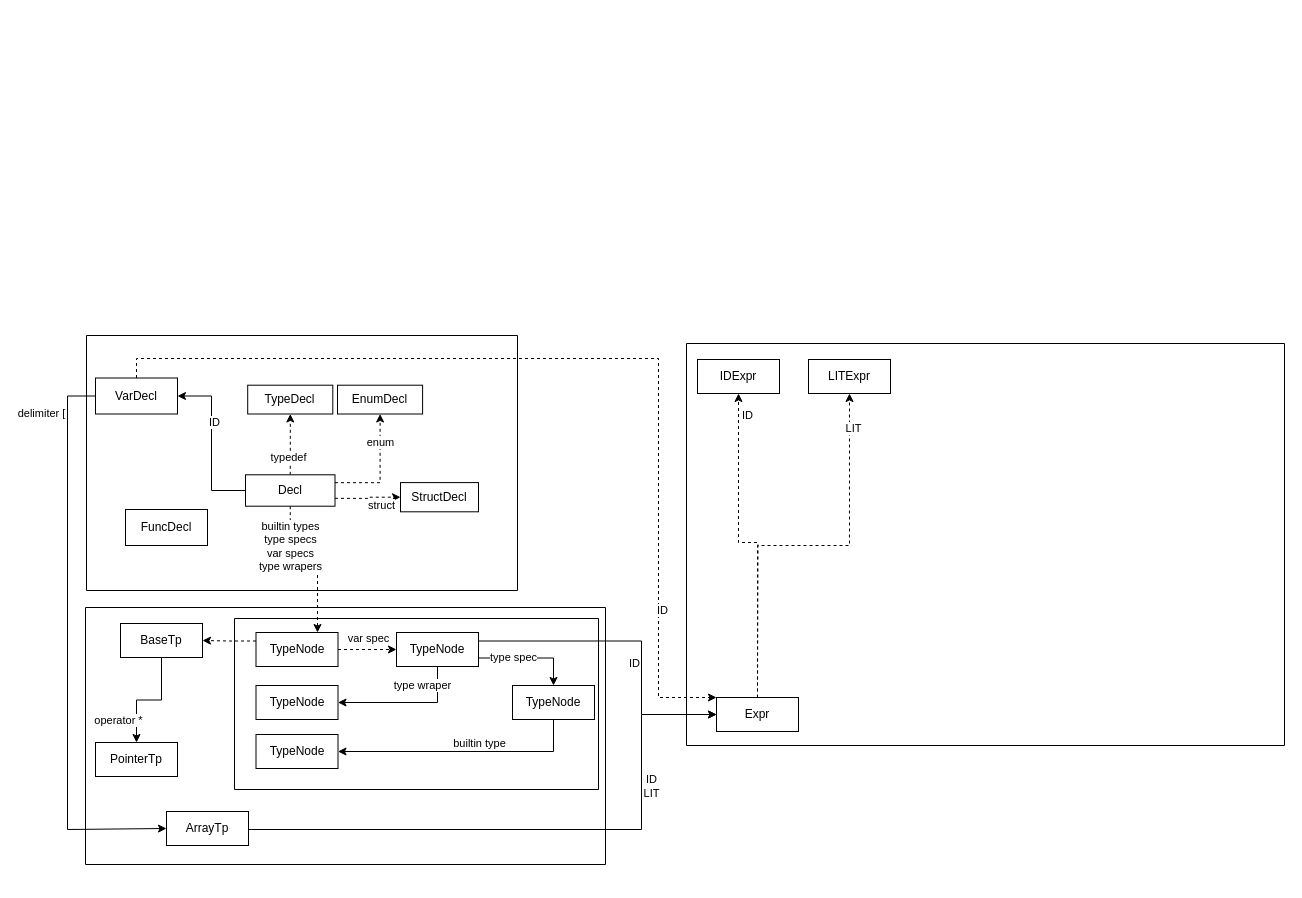
Above: Стековая_диаграмма_МТиК.drawio in OskarGaliullin231-329/translation-university (draw.io), before the change. Source tidied: cells renumbered, new cells numbered last; positions are measured from the earlier drawing's top-left corner, leaving out a move shared by most shapes. Both pictures are drawn from the tidied source at 100%, with x=0, y=0 at pixel (67, 335).
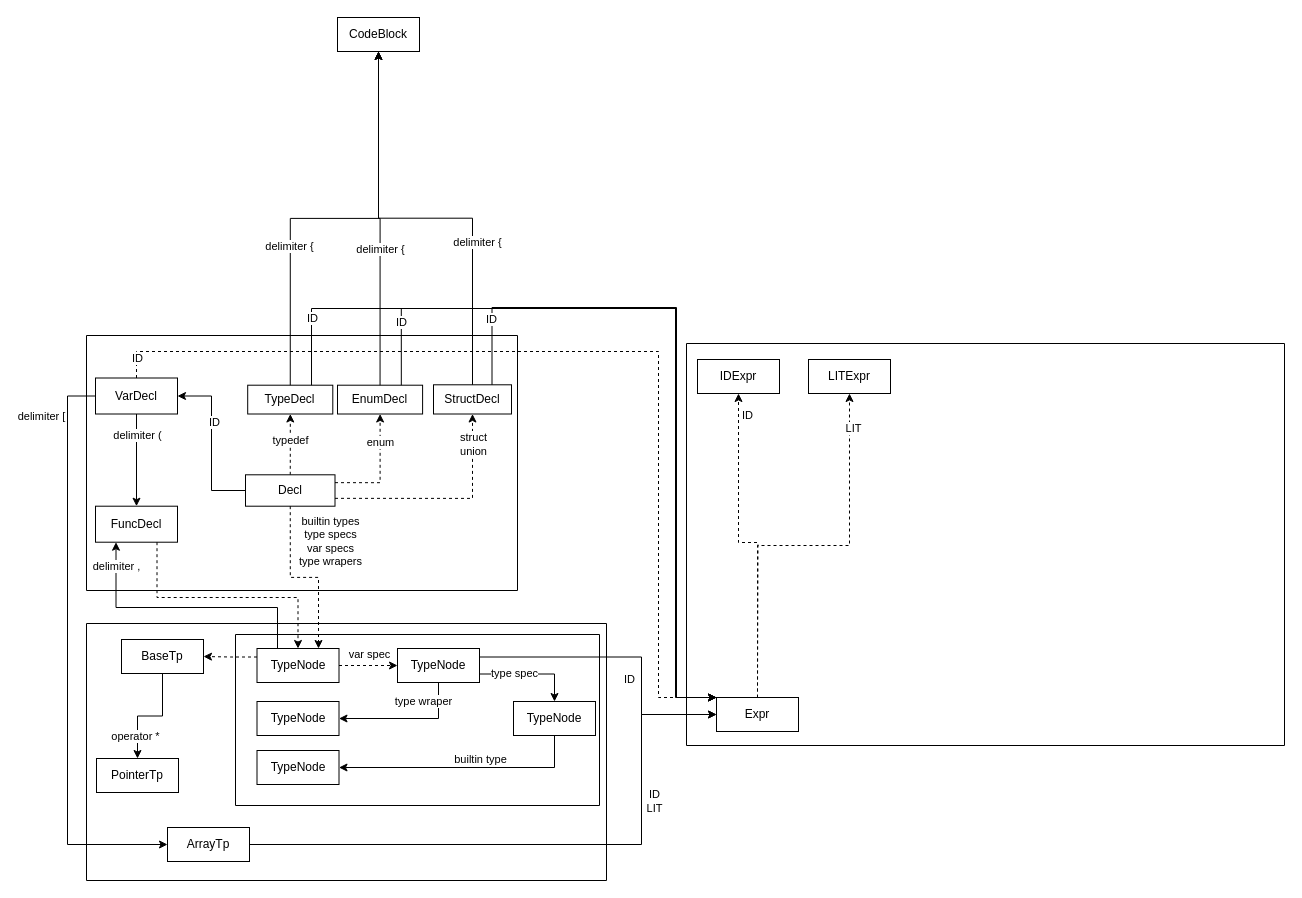
The same diagram, later.

The change refers to these unchanged cells:
```xml
<mxCell id="2" style="swimlane;startSize=0;" parent="1" vertex="1">
  <mxGeometry x="19" width="431" height="255" as="geometry" />
</mxCell>
<mxCell id="3" value="VarDecl" style="rounded=0;whiteSpace=wrap;html=1;" parent="2" vertex="1">
  <mxGeometry x="9" y="42.5" width="82" height="36" as="geometry" />
</mxCell>
<mxCell id="5" value="TypeDecl" style="rounded=0;whiteSpace=wrap;html=1;" parent="2" vertex="1">
  <mxGeometry x="161.2" y="49.7" width="85.1" height="28.8" as="geometry" />
</mxCell>
<mxCell id="6" style="edgeStyle=orthogonalEdgeStyle;rounded=0;jettySize=auto;html=1;exitX=0.5;exitY=0;exitDx=0;exitDy=0;dashed=1;" parent="2" edge="1" source="13" target="5">
  <mxGeometry relative="1" as="geometry" />
</mxCell>
<mxCell id="8" value="EnumDecl" style="rounded=0;whiteSpace=wrap;html=1;" parent="2" vertex="1">
  <mxGeometry x="251" y="49.7" width="85.1" height="28.8" as="geometry" />
</mxCell>
<mxCell id="15" style="edgeStyle=orthogonalEdgeStyle;rounded=0;jettySize=auto;html=1;exitX=1;exitY=0.75;exitDx=0;exitDy=0;dashed=1;" parent="2" edge="1" source="13" target="14">
  <mxGeometry relative="1" as="geometry" />
</mxCell>
<mxCell id="17" style="edgeStyle=orthogonalEdgeStyle;rounded=0;jettySize=auto;html=1;exitX=0.5;exitY=1;exitDx=0;exitDy=0;entryX=0.75;entryY=0;entryDx=0;entryDy=0;dashed=1;" parent="1" edge="1" source="13" target="31">
  <mxGeometry relative="1" as="geometry" />
</mxCell>
<mxCell id="24" value="Expr" style="rounded=0;whiteSpace=wrap;html=1;" parent="19" vertex="1">
  <mxGeometry x="30" y="354" width="82" height="34" as="geometry" />
</mxCell>
<mxCell id="31" value="TypeNode" style="rounded=0;whiteSpace=wrap;html=1;" parent="28" vertex="1">
  <mxGeometry x="21.5" y="14" width="82" height="34" as="geometry" />
</mxCell>
<mxCell id="39" value="TypeNode" style="rounded=0;whiteSpace=wrap;html=1;" parent="28" vertex="1">
  <mxGeometry x="162" y="14" width="82" height="34" as="geometry" />
</mxCell>
<mxCell id="42" style="edgeStyle=orthogonalEdgeStyle;rounded=0;jettySize=auto;html=1;exitX=0.5;exitY=1;exitDx=0;exitDy=0;entryX=0.5;entryY=0;entryDx=0;entryDy=0;" parent="27" edge="1" source="44" target="46">
  <mxGeometry relative="1" as="geometry" />
</mxCell>
<mxCell id="47" value="ArrayTp" style="rounded=0;whiteSpace=wrap;html=1;" parent="27" vertex="1">
  <mxGeometry x="81" y="204" width="82" height="34" as="geometry" />
</mxCell>
```

What changed in the source:
```diff
@@
+    <mxCell id="56" style="edgeStyle=orthogonalEdgeStyle;rounded=0;jettySize=auto;html=1;exitX=0.5;exitY=1;exitDx=0;exitDy=0;" parent="2" edge="1" source="3" target="4">
+      <mxGeometry relative="1" as="geometry" />
+    </mxCell>
+    <mxCell id="57" value="delimiter (" style="edgeLabel;html=1;align=center;verticalAlign=middle;" parent="56" vertex="1">
+      <mxGeometry x="-0.48" relative="1" as="geometry">
+        <mxPoint y="-3" as="offset" />
+      </mxGeometry>
+    </mxCell>
@@
     <mxCell id="4" value="FuncDecl" style="rounded=0;whiteSpace=wrap;html=1;" parent="2" vertex="1">
-      <mxGeometry x="39" y="174" width="82" height="36" as="geometry" />
+      <mxGeometry x="9" y="170.7" width="82" height="36" as="geometry" />
     </mxCell>
@@
     <mxCell id="7" value="&lt;div&gt;typedef&lt;/div&gt;" style="edgeLabel;html=1;align=center;verticalAlign=middle;" parent="6" vertex="1">
       <mxGeometry x="-0.79" relative="1" as="geometry">
-        <mxPoint x="-2" y="-12" as="offset" />
+        <mxPoint y="-29" as="offset" />
       </mxGeometry>
     </mxCell>
@@
     <mxCell id="14" value="StructDecl" style="rounded=0;whiteSpace=wrap;html=1;" parent="2" vertex="1">
-      <mxGeometry x="314" y="147.1" width="78" height="29.2" as="geometry" />
+      <mxGeometry x="347" y="49.3" width="78" height="29.2" as="geometry" />
     </mxCell>
@@
-    <mxCell id="16" value="struct" style="edgeLabel;html=1;align=center;verticalAlign=middle;" parent="15" vertex="1">
+    <mxCell id="16" value="&lt;div&gt;struct&lt;/div&gt;&lt;div&gt;union&lt;/div&gt;" style="edgeLabel;html=1;align=center;verticalAlign=middle;" parent="15" vertex="1">
       <mxGeometry x="-0.65" y="-2" relative="1" as="geometry">
-        <mxPoint x="34" y="5" as="offset" />
+        <mxPoint x="99" y="-56" as="offset" />
       </mxGeometry>
     </mxCell>
@@
     <mxCell id="18" value="&lt;div&gt;builtin types&lt;/div&gt;&lt;div&gt;type specs&lt;/div&gt;&lt;div&gt;var specs&lt;/div&gt;&lt;div&gt;type wrapers&lt;/div&gt;" style="edgeLabel;html=1;align=center;verticalAlign=middle;" parent="17" vertex="1">
       <mxGeometry x="-0.87" y="1" relative="1" as="geometry">
-        <mxPoint x="-1" y="30" as="offset" />
+        <mxPoint x="39" y="24" as="offset" />
       </mxGeometry>
     </mxCell>
@@
     <mxCell id="27" style="swimlane;startSize=0;" parent="1" vertex="1">
-      <mxGeometry x="18" y="272" width="520" height="257" as="geometry" />
+      <mxGeometry x="19" y="288" width="520" height="257" as="geometry" />
     </mxCell>
@@
     <mxCell id="43" value="operator *" style="edgeLabel;html=1;align=center;verticalAlign=middle;" parent="42" vertex="1">
       <mxGeometry x="-0.28" y="-2" relative="1" as="geometry">
-        <mxPoint x="-42" y="22" as="offset" />
+        <mxPoint x="-26" y="22" as="offset" />
       </mxGeometry>
     </mxCell>
@@
     <mxCell id="48" style="edgeStyle=orthogonalEdgeStyle;rounded=0;jettySize=auto;html=1;exitX=1;exitY=0.25;exitDx=0;exitDy=0;entryX=0;entryY=0.5;entryDx=0;entryDy=0;" parent="1" edge="1" source="39" target="24">
       <mxGeometry relative="1" as="geometry">
         <Array as="points">
-          <mxPoint x="574" y="305" />
+          <mxPoint x="574" y="321" />
           <mxPoint x="574" y="379" />
         </Array>
       </mxGeometry>
     </mxCell>
@@
     <mxCell id="50" style="edgeStyle=orthogonalEdgeStyle;rounded=0;jettySize=auto;html=1;exitX=1;exitY=0.5;exitDx=0;exitDy=0;entryX=0;entryY=0.5;entryDx=0;entryDy=0;" parent="1" edge="1" source="47" target="24">
       <mxGeometry relative="1" as="geometry">
         <Array as="points">
-          <mxPoint x="574" y="494" />
+          <mxPoint x="574" y="509" />
           <mxPoint x="574" y="379" />
         </Array>
       </mxGeometry>
     </mxCell>
@@
     <mxCell id="52" style="edgeStyle=orthogonalEdgeStyle;rounded=0;jettySize=auto;html=1;exitX=0.5;exitY=0;exitDx=0;exitDy=0;entryX=0;entryY=0;entryDx=0;entryDy=0;dashed=1;" parent="1" edge="1" source="3" target="24">
       <mxGeometry relative="1" as="geometry">
         <Array as="points">
-          <mxPoint x="69" y="23" />
-          <mxPoint x="591" y="23" />
+          <mxPoint x="69" y="16" />
+          <mxPoint x="591" y="16" />
           <mxPoint x="591" y="362" />
         </Array>
       </mxGeometry>
     </mxCell>
     <mxCell id="53" value="ID" style="edgeLabel;html=1;align=center;verticalAlign=middle;" parent="52" vertex="1">
-      <mxGeometry x="0.69" y="3" relative="1" as="geometry" />
+      <mxGeometry x="0.69" y="3" relative="1" as="geometry">
+        <mxPoint x="-525" y="-250" as="offset" />
+      </mxGeometry>
     </mxCell>
     <mxCell id="54" style="edgeStyle=orthogonalEdgeStyle;rounded=0;jettySize=auto;html=1;exitX=0;exitY=0.5;exitDx=0;exitDy=0;entryX=0;entryY=0.5;entryDx=0;entryDy=0;" parent="1" edge="1" source="3" target="47">
       <mxGeometry relative="1" as="geometry">
         <Array as="points">
           <mxPoint y="61" />
-          <mxPoint y="494" />
+          <mxPoint y="509" />
         </Array>
       </mxGeometry>
     </mxCell>
@@
+    <mxCell id="58" style="edgeStyle=orthogonalEdgeStyle;rounded=0;jettySize=auto;html=1;exitX=0.75;exitY=1;exitDx=0;exitDy=0;entryX=0.5;entryY=0;entryDx=0;entryDy=0;dashed=1;" parent="1" edge="1" source="4" target="31">
+      <mxGeometry relative="1" as="geometry">
+        <Array as="points">
+          <mxPoint x="90" y="262" />
+          <mxPoint x="230" y="262" />
+        </Array>
+      </mxGeometry>
+    </mxCell>
+    <mxCell id="59" style="edgeStyle=orthogonalEdgeStyle;rounded=0;jettySize=auto;html=1;exitX=0.25;exitY=0;exitDx=0;exitDy=0;entryX=0.25;entryY=1;entryDx=0;entryDy=0;" parent="1" edge="1" source="31" target="4">
+      <mxGeometry relative="1" as="geometry">
+        <Array as="points">
+          <mxPoint x="210" y="272" />
+          <mxPoint x="48" y="272" />
+        </Array>
+      </mxGeometry>
+    </mxCell>
+    <mxCell id="60" value="delimiter ," style="edgeLabel;html=1;align=center;verticalAlign=middle;" parent="59" vertex="1">
+      <mxGeometry x="0.31" y="-4" relative="1" as="geometry">
+        <mxPoint x="-28" y="-38" as="offset" />
+      </mxGeometry>
+    </mxCell>
+    <mxCell id="61" style="edgeStyle=orthogonalEdgeStyle;rounded=0;jettySize=auto;html=1;exitX=0.75;exitY=0;exitDx=0;exitDy=0;entryX=0;entryY=0;entryDx=0;entryDy=0;" parent="1" edge="1" source="5" target="24">
+      <mxGeometry relative="1" as="geometry">
+        <Array as="points">
+          <mxPoint x="244" y="-27" />
+          <mxPoint x="608" y="-27" />
+          <mxPoint x="608" y="362" />
+        </Array>
+      </mxGeometry>
+    </mxCell>
+    <mxCell id="62" value="ID" style="edgeLabel;html=1;align=center;verticalAlign=middle;" parent="61" vertex="1">
+      <mxGeometry x="-0.85" y="1" relative="1" as="geometry">
+        <mxPoint x="1" y="-2" as="offset" />
+      </mxGeometry>
+    </mxCell>
+    <mxCell id="63" style="edgeStyle=orthogonalEdgeStyle;rounded=0;jettySize=auto;html=1;exitX=0.75;exitY=0;exitDx=0;exitDy=0;entryX=0;entryY=0;entryDx=0;entryDy=0;" parent="1" edge="1" source="8" target="24">
+      <mxGeometry relative="1" as="geometry">
+        <Array as="points">
+          <mxPoint x="334" y="-27" />
+          <mxPoint x="609" y="-27" />
+          <mxPoint x="609" y="362" />
+        </Array>
+      </mxGeometry>
+    </mxCell>
+    <mxCell id="64" value="ID" style="edgeLabel;html=1;align=center;verticalAlign=middle;" parent="63" vertex="1">
+      <mxGeometry x="-0.83" y="-3" relative="1" as="geometry">
+        <mxPoint x="-3" y="3" as="offset" />
+      </mxGeometry>
+    </mxCell>
+    <mxCell id="65" style="edgeStyle=orthogonalEdgeStyle;rounded=0;jettySize=auto;html=1;exitX=0.75;exitY=0;exitDx=0;exitDy=0;entryX=0;entryY=0;entryDx=0;entryDy=0;" parent="1" edge="1" source="14" target="24">
+      <mxGeometry relative="1" as="geometry">
+        <Array as="points">
+          <mxPoint x="424" y="-28" />
+          <mxPoint x="609" y="-28" />
+          <mxPoint x="609" y="362" />
+        </Array>
+      </mxGeometry>
+    </mxCell>
+    <mxCell id="66" value="ID" style="edgeLabel;html=1;align=center;verticalAlign=middle;" parent="65" vertex="1">
+      <mxGeometry x="-0.81" y="1" relative="1" as="geometry" />
+    </mxCell>
+    <mxCell id="67" value="CodeBlock" style="rounded=0;whiteSpace=wrap;html=1;" parent="1" vertex="1">
+      <mxGeometry x="270" y="-318" width="82" height="34" as="geometry" />
+    </mxCell>
+    <mxCell id="68" style="edgeStyle=orthogonalEdgeStyle;rounded=0;jettySize=auto;html=1;exitX=0.5;exitY=0;exitDx=0;exitDy=0;entryX=0.5;entryY=1;entryDx=0;entryDy=0;" parent="1" edge="1" source="5" target="67">
+      <mxGeometry relative="1" as="geometry" />
+    </mxCell>
+    <mxCell id="69" value="delimiter {" style="edgeLabel;html=1;align=center;verticalAlign=middle;" parent="68" vertex="1">
+      <mxGeometry x="-0.34" y="1" relative="1" as="geometry" />
+    </mxCell>
+    <mxCell id="70" style="edgeStyle=orthogonalEdgeStyle;rounded=0;jettySize=auto;html=1;exitX=0.5;exitY=0;exitDx=0;exitDy=0;entryX=0.5;entryY=1;entryDx=0;entryDy=0;" parent="1" edge="1" source="8" target="67">
+      <mxGeometry relative="1" as="geometry" />
+    </mxCell>
+    <mxCell id="71" value="delimiter {" style="edgeLabel;html=1;align=center;verticalAlign=middle;" parent="70" vertex="1">
+      <mxGeometry x="-0.09" relative="1" as="geometry">
+        <mxPoint y="17" as="offset" />
+      </mxGeometry>
+    </mxCell>
+    <mxCell id="72" style="edgeStyle=orthogonalEdgeStyle;rounded=0;jettySize=auto;html=1;exitX=0.5;exitY=0;exitDx=0;exitDy=0;entryX=0.5;entryY=1;entryDx=0;entryDy=0;" parent="1" edge="1" source="14" target="67">
+      <mxGeometry relative="1" as="geometry" />
+    </mxCell>
+    <mxCell id="73" value="delimiter {" style="edgeLabel;html=1;align=center;verticalAlign=middle;" parent="72" vertex="1">
+      <mxGeometry x="-0.33" y="-4" relative="1" as="geometry" />
+    </mxCell>
```
